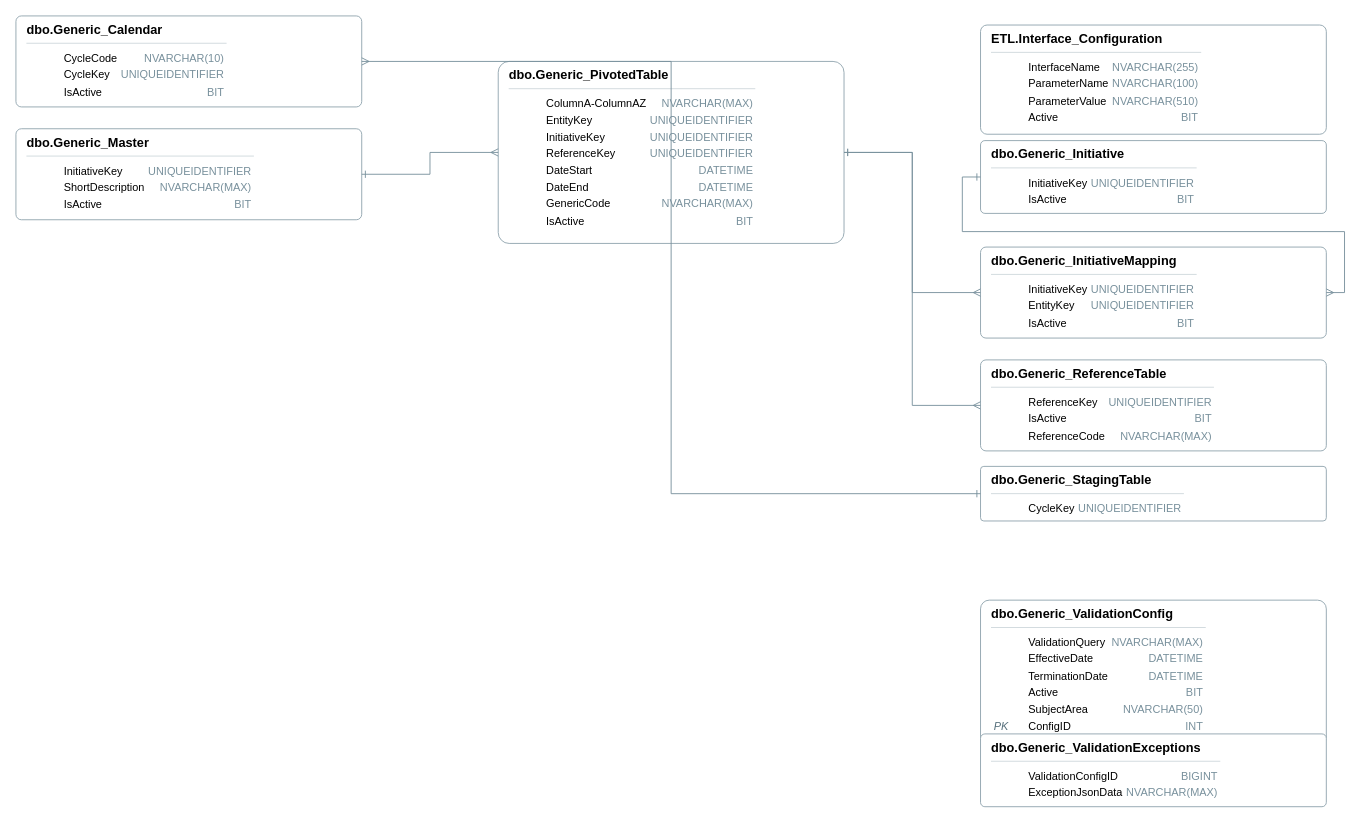
The draw.io diagram erd/ERD.drawio in drvmuk/sdlc_genai_demo, before the edit. Source tidied: cells renumbered, new cells numbered last; positions are measured from the earlier drawing's top-left corner, leaving out a move shared by most shapes. Both pictures are drawn from the tidied source at 91%, with x=0, y=0 at pixel (15, 15).
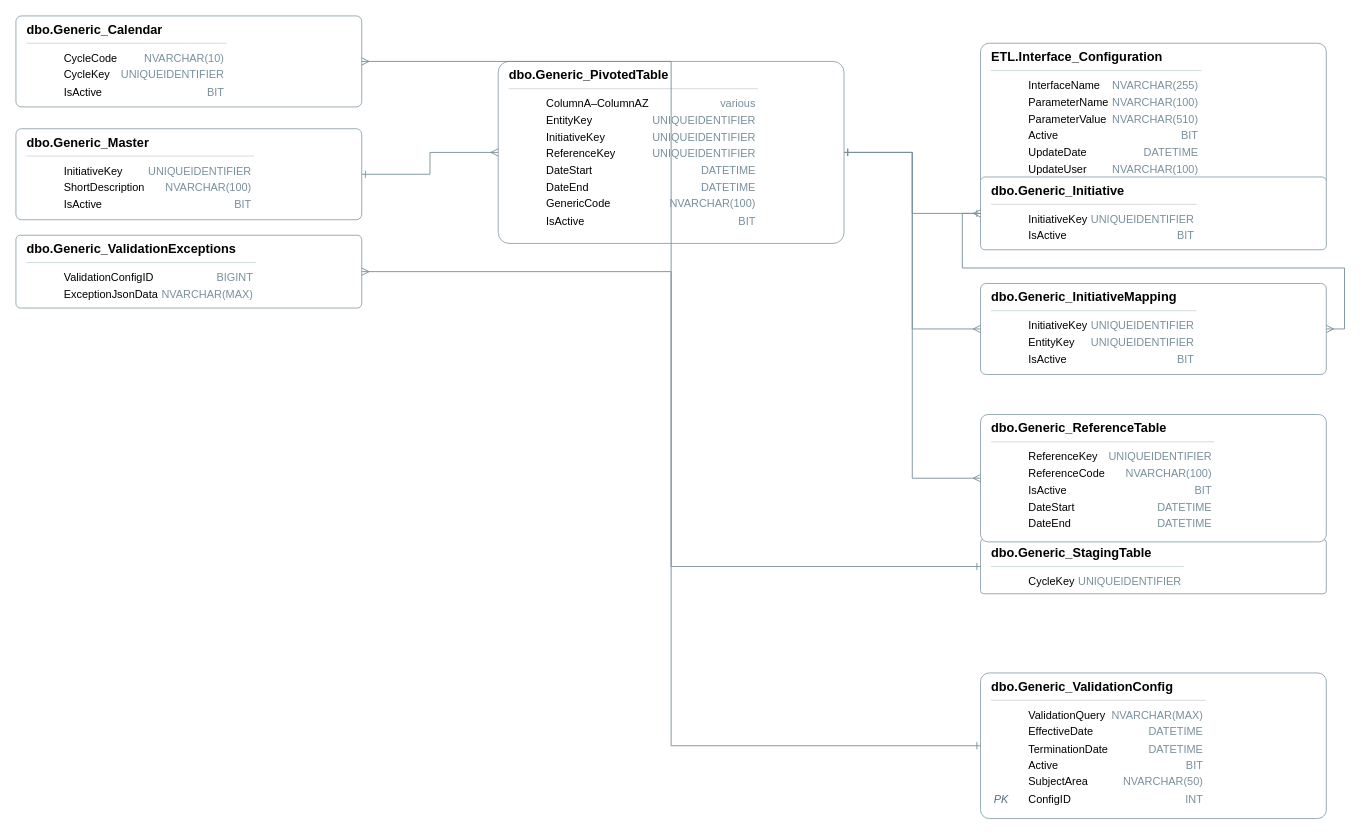
The same page after the edit.

Commit message:
Upload ERD diagram

Diff of the diagram source:
```diff
@@
 <mxGraphModel>
   <root>
     <mxCell id="0" />
     <mxCell id="1" parent="0" />
     <mxCell id="2" value="&lt;div style='text-align:left'&gt;&lt;div style='font-weight:600;font-size:14px'&gt;dbo.Generic_ValidationConfig&lt;/div&gt;&lt;div style='border-top:1px solid #cfd8dc;margin:6px 0'&gt;&lt;/div&gt;&lt;table style='width:100%;font-size:12px'&gt;&lt;tr&gt;&lt;td style='width:34px;font-style:italic;color:#546E7A'&gt;&lt;/td&gt;&lt;td&gt;ValidationQuery&lt;/td&gt;&lt;td style='width:86px;text-align:right;color:#78909C'&gt;NVARCHAR(MAX)&lt;/td&gt;&lt;/tr&gt;&lt;tr&gt;&lt;td style='width:34px;font-style:italic;color:#546E7A'&gt;&lt;/td&gt;&lt;td&gt;EffectiveDate&lt;/td&gt;&lt;td style='width:86px;text-align:right;color:#78909C'&gt;DATETIME&lt;/td&gt;&lt;/tr&gt;&lt;tr&gt;&lt;td style='width:34px;font-style:italic;color:#546E7A'&gt;&lt;/td&gt;&lt;td&gt;TerminationDate&lt;/td&gt;&lt;td style='width:86px;text-align:right;color:#78909C'&gt;DATETIME&lt;/td&gt;&lt;/tr&gt;&lt;tr&gt;&lt;td style='width:34px;font-style:italic;color:#546E7A'&gt;&lt;/td&gt;&lt;td&gt;Active&lt;/td&gt;&lt;td style='width:86px;text-align:right;color:#78909C'&gt;BIT&lt;/td&gt;&lt;/tr&gt;&lt;tr&gt;&lt;td style='width:34px;font-style:italic;color:#546E7A'&gt;&lt;/td&gt;&lt;td&gt;SubjectArea&lt;/td&gt;&lt;td style='width:86px;text-align:right;color:#78909C'&gt;NVARCHAR(50)&lt;/td&gt;&lt;/tr&gt;&lt;tr&gt;&lt;td style='width:34px;font-style:italic;color:#546E7A'&gt;PK&lt;/td&gt;&lt;td&gt;ConfigID&lt;/td&gt;&lt;td style='width:86px;text-align:right;color:#78909C'&gt;INT&lt;/td&gt;&lt;/tr&gt;&lt;/table&gt;&lt;/div&gt;" style="whiteSpace=wrap;rounded=1;fillColor=#FFFFFF;strokeColor=#90A4AE;dashed=0;shape=rectangle;arcSize=6;fontSize=13;align=left;verticalAlign=top;spacingLeft=10;portConstraint=eastwest;html=1;" parent="1" vertex="1">
-      <mxGeometry x="1060" y="642" width="380" height="160" as="geometry" />
+      <mxGeometry x="1060" y="722" width="380" height="160" as="geometry" />
     </mxCell>
     <mxCell id="3" value="&lt;div style='text-align:left'&gt;&lt;div style='font-weight:600;font-size:14px'&gt;dbo.Generic_ValidationExceptions&lt;/div&gt;&lt;div style='border-top:1px solid #cfd8dc;margin:6px 0'&gt;&lt;/div&gt;&lt;table style='width:100%;font-size:12px'&gt;&lt;tr&gt;&lt;td style='width:34px;font-style:italic;color:#546E7A'&gt;&lt;/td&gt;&lt;td&gt;ValidationConfigID&lt;/td&gt;&lt;td style='width:86px;text-align:right;color:#78909C'&gt;BIGINT&lt;/td&gt;&lt;/tr&gt;&lt;tr&gt;&lt;td style='width:34px;font-style:italic;color:#546E7A'&gt;&lt;/td&gt;&lt;td&gt;ExceptionJsonData&lt;/td&gt;&lt;td style='width:86px;text-align:right;color:#78909C'&gt;NVARCHAR(MAX)&lt;/td&gt;&lt;/tr&gt;&lt;/table&gt;&lt;/div&gt;" style="whiteSpace=wrap;rounded=1;fillColor=#FFFFFF;strokeColor=#90A4AE;dashed=0;shape=rectangle;arcSize=6;fontSize=13;align=left;verticalAlign=top;spacingLeft=10;portConstraint=eastwest;html=1;" parent="1" vertex="1">
-      <mxGeometry x="1060" y="789" width="380" height="80" as="geometry" />
+      <mxGeometry y="241" width="380" height="80" as="geometry" />
     </mxCell>
-    <mxCell id="4" value="&lt;div style='text-align:left'&gt;&lt;div style='font-weight:600;font-size:14px'&gt;ETL.Interface_Configuration&lt;/div&gt;&lt;div style='border-top:1px solid #cfd8dc;margin:6px 0'&gt;&lt;/div&gt;&lt;table style='width:100%;font-size:12px'&gt;&lt;tr&gt;&lt;td style='width:34px;font-style:italic;color:#546E7A'&gt;&lt;/td&gt;&lt;td&gt;InterfaceName&lt;/td&gt;&lt;td style='width:86px;text-align:right;color:#78909C'&gt;NVARCHAR(255)&lt;/td&gt;&lt;/tr&gt;&lt;tr&gt;&lt;td style='width:34px;font-style:italic;color:#546E7A'&gt;&lt;/td&gt;&lt;td&gt;ParameterName&lt;/td&gt;&lt;td style='width:86px;text-align:right;color:#78909C'&gt;NVARCHAR(100)&lt;/td&gt;&lt;/tr&gt;&lt;tr&gt;&lt;td style='width:34px;font-style:italic;color:#546E7A'&gt;&lt;/td&gt;&lt;td&gt;ParameterValue&lt;/td&gt;&lt;td style='width:86px;text-align:right;color:#78909C'&gt;NVARCHAR(510)&lt;/td&gt;&lt;/tr&gt;&lt;tr&gt;&lt;td style='width:34px;font-style:italic;color:#546E7A'&gt;&lt;/td&gt;&lt;td&gt;Active&lt;/td&gt;&lt;td style='width:86px;text-align:right;color:#78909C'&gt;BIT&lt;/td&gt;&lt;/tr&gt;&lt;/table&gt;&lt;/div&gt;" style="whiteSpace=wrap;rounded=1;fillColor=#FFFFFF;strokeColor=#90A4AE;dashed=0;shape=rectangle;arcSize=6;fontSize=13;align=left;verticalAlign=top;spacingLeft=10;html=1;" parent="1" vertex="1">
-      <mxGeometry x="1060" y="10" width="380" height="120" as="geometry" />
-    </mxCell>
+    <mxCell id="17" value="&lt;div style='text-align:left'&gt;&lt;div style='font-weight:600;font-size:14px'&gt;ETL.Interface_Configuration&lt;/div&gt;&lt;div style='border-top:1px solid #cfd8dc;margin:6px 0'&gt;&lt;/div&gt;&lt;table style='width:100%;font-size:12px'&gt;&lt;tr&gt;&lt;td style='width:34px;font-style:italic;color:#546E7A'&gt;&lt;/td&gt;&lt;td&gt;InterfaceName&lt;/td&gt;&lt;td style='width:86px;text-align:right;color:#78909C'&gt;NVARCHAR(255)&lt;/td&gt;&lt;/tr&gt;&lt;tr&gt;&lt;td style='width:34px;font-style:italic;color:#546E7A'&gt;&lt;/td&gt;&lt;td&gt;ParameterName&lt;/td&gt;&lt;td style='width:86px;text-align:right;color:#78909C'&gt;NVARCHAR(100)&lt;/td&gt;&lt;/tr&gt;&lt;tr&gt;&lt;td style='width:34px;font-style:italic;color:#546E7A'&gt;&lt;/td&gt;&lt;td&gt;ParameterValue&lt;/td&gt;&lt;td style='width:86px;text-align:right;color:#78909C'&gt;NVARCHAR(510)&lt;/td&gt;&lt;/tr&gt;&lt;tr&gt;&lt;td style='width:34px;font-style:italic;color:#546E7A'&gt;&lt;/td&gt;&lt;td&gt;Active&lt;/td&gt;&lt;td style='width:86px;text-align:right;color:#78909C'&gt;BIT&lt;/td&gt;&lt;/tr&gt;&lt;tr&gt;&lt;td style='width:34px;font-style:italic;color:#546E7A'&gt;&lt;/td&gt;&lt;td&gt;UpdateDate&lt;/td&gt;&lt;td style='width:86px;text-align:right;color:#78909C'&gt;DATETIME&lt;/td&gt;&lt;/tr&gt;&lt;tr&gt;&lt;td style='width:34px;font-style:italic;color:#546E7A'&gt;&lt;/td&gt;&lt;td&gt;UpdateUser&lt;/td&gt;&lt;td style='width:86px;text-align:right;color:#78909C'&gt;NVARCHAR(100)&lt;/td&gt;&lt;/tr&gt;&lt;/table&gt;&lt;/div&gt;" style="whiteSpace=wrap;rounded=1;fillColor=#FFFFFF;strokeColor=#90A4AE;dashed=0;shape=rectangle;arcSize=6;fontSize=13;align=left;verticalAlign=top;spacingLeft=10;html=1;" parent="1" vertex="1">
+      <mxGeometry x="1060" y="30" width="380" height="160" as="geometry" />
+    </mxCell>
     <mxCell id="5" value="&lt;div style='text-align:left'&gt;&lt;div style='font-weight:600;font-size:14px'&gt;dbo.Generic_StagingTable&lt;/div&gt;&lt;div style='border-top:1px solid #cfd8dc;margin:6px 0'&gt;&lt;/div&gt;&lt;table style='width:100%;font-size:12px'&gt;&lt;tr&gt;&lt;td style='width:34px;font-style:italic;color:#546E7A'&gt;&lt;/td&gt;&lt;td&gt;CycleKey&lt;/td&gt;&lt;td style='width:86px;text-align:right;color:#78909C'&gt;UNIQUEIDENTIFIER&lt;/td&gt;&lt;/tr&gt;&lt;/table&gt;&lt;/div&gt;" style="whiteSpace=wrap;rounded=1;fillColor=#FFFFFF;strokeColor=#90A4AE;dashed=0;shape=rectangle;arcSize=6;fontSize=13;align=left;verticalAlign=top;spacingLeft=10;portConstraint=eastwest;html=1;" parent="1" vertex="1">
-      <mxGeometry x="1060" y="495" width="380" height="60" as="geometry" />
+      <mxGeometry x="1060" y="575" width="380" height="60" as="geometry" />
     </mxCell>
     <mxCell id="6" value="&lt;div style='text-align:left'&gt;&lt;div style='font-weight:600;font-size:14px'&gt;dbo.Generic_Calendar&lt;/div&gt;&lt;div style='border-top:1px solid #cfd8dc;margin:6px 0'&gt;&lt;/div&gt;&lt;table style='width:100%;font-size:12px'&gt;&lt;tr&gt;&lt;td style='width:34px;font-style:italic;color:#546E7A'&gt;&lt;/td&gt;&lt;td&gt;CycleCode&lt;/td&gt;&lt;td style='width:86px;text-align:right;color:#78909C'&gt;NVARCHAR(10)&lt;/td&gt;&lt;/tr&gt;&lt;tr&gt;&lt;td style='width:34px;font-style:italic;color:#546E7A'&gt;&lt;/td&gt;&lt;td&gt;CycleKey&lt;/td&gt;&lt;td style='width:86px;text-align:right;color:#78909C'&gt;UNIQUEIDENTIFIER&lt;/td&gt;&lt;/tr&gt;&lt;tr&gt;&lt;td style='width:34px;font-style:italic;color:#546E7A'&gt;&lt;/td&gt;&lt;td&gt;IsActive&lt;/td&gt;&lt;td style='width:86px;text-align:right;color:#78909C'&gt;BIT&lt;/td&gt;&lt;/tr&gt;&lt;/table&gt;&lt;/div&gt;" style="whiteSpace=wrap;rounded=1;fillColor=#FFFFFF;strokeColor=#90A4AE;dashed=0;shape=rectangle;arcSize=6;fontSize=13;align=left;verticalAlign=top;spacingLeft=10;portConstraint=eastwest;html=1;" parent="1" vertex="1">
       <mxGeometry width="380" height="100" as="geometry" />
     </mxCell>
-    <mxCell id="7" value="&lt;div style='text-align:left'&gt;&lt;div style='font-weight:600;font-size:14px'&gt;dbo.Generic_PivotedTable&lt;/div&gt;&lt;div style='border-top:1px solid #cfd8dc;margin:6px 0'&gt;&lt;/div&gt;&lt;table style='width:100%;font-size:12px'&gt;&lt;tr&gt;&lt;td style='width:34px;font-style:italic;color:#546E7A'&gt;&lt;/td&gt;&lt;td&gt;ColumnA-ColumnAZ&lt;/td&gt;&lt;td style='width:86px;text-align:right;color:#78909C'&gt;NVARCHAR(MAX)&lt;/td&gt;&lt;/tr&gt;&lt;tr&gt;&lt;td style='width:34px;font-style:italic;color:#546E7A'&gt;&lt;/td&gt;&lt;td&gt;EntityKey&lt;/td&gt;&lt;td style='width:86px;text-align:right;color:#78909C'&gt;UNIQUEIDENTIFIER&lt;/td&gt;&lt;/tr&gt;&lt;tr&gt;&lt;td style='width:34px;font-style:italic;color:#546E7A'&gt;&lt;/td&gt;&lt;td&gt;InitiativeKey&lt;/td&gt;&lt;td style='width:86px;text-align:right;color:#78909C'&gt;UNIQUEIDENTIFIER&lt;/td&gt;&lt;/tr&gt;&lt;tr&gt;&lt;td style='width:34px;font-style:italic;color:#546E7A'&gt;&lt;/td&gt;&lt;td&gt;ReferenceKey&lt;/td&gt;&lt;td style='width:86px;text-align:right;color:#78909C'&gt;UNIQUEIDENTIFIER&lt;/td&gt;&lt;/tr&gt;&lt;tr&gt;&lt;td style='width:34px;font-style:italic;color:#546E7A'&gt;&lt;/td&gt;&lt;td&gt;DateStart&lt;/td&gt;&lt;td style='width:86px;text-align:right;color:#78909C'&gt;DATETIME&lt;/td&gt;&lt;/tr&gt;&lt;tr&gt;&lt;td style='width:34px;font-style:italic;color:#546E7A'&gt;&lt;/td&gt;&lt;td&gt;DateEnd&lt;/td&gt;&lt;td style='width:86px;text-align:right;color:#78909C'&gt;DATETIME&lt;/td&gt;&lt;/tr&gt;&lt;tr&gt;&lt;td style='width:34px;font-style:italic;color:#546E7A'&gt;&lt;/td&gt;&lt;td&gt;GenericCode&lt;/td&gt;&lt;td style='width:86px;text-align:right;color:#78909C'&gt;NVARCHAR(MAX)&lt;/td&gt;&lt;/tr&gt;&lt;tr&gt;&lt;td style='width:34px;font-style:italic;color:#546E7A'&gt;&lt;/td&gt;&lt;td&gt;IsActive&lt;/td&gt;&lt;td style='width:86px;text-align:right;color:#78909C'&gt;BIT&lt;/td&gt;&lt;/tr&gt;&lt;/table&gt;&lt;/div&gt;" style="whiteSpace=wrap;rounded=1;fillColor=#FFFFFF;strokeColor=#90A4AE;dashed=0;shape=rectangle;arcSize=6;fontSize=13;align=left;verticalAlign=top;spacingLeft=10;portConstraint=eastwest;html=1;" parent="1" vertex="1">
-      <mxGeometry x="530" y="50" width="380" height="200" as="geometry" />
-    </mxCell>
-    <mxCell id="8" value="&lt;div style='text-align:left'&gt;&lt;div style='font-weight:600;font-size:14px'&gt;dbo.Generic_ReferenceTable&lt;/div&gt;&lt;div style='border-top:1px solid #cfd8dc;margin:6px 0'&gt;&lt;/div&gt;&lt;table style='width:100%;font-size:12px'&gt;&lt;tr&gt;&lt;td style='width:34px;font-style:italic;color:#546E7A'&gt;&lt;/td&gt;&lt;td&gt;ReferenceKey&lt;/td&gt;&lt;td style='width:86px;text-align:right;color:#78909C'&gt;UNIQUEIDENTIFIER&lt;/td&gt;&lt;/tr&gt;&lt;tr&gt;&lt;td style='width:34px;font-style:italic;color:#546E7A'&gt;&lt;/td&gt;&lt;td&gt;IsActive&lt;/td&gt;&lt;td style='width:86px;text-align:right;color:#78909C'&gt;BIT&lt;/td&gt;&lt;/tr&gt;&lt;tr&gt;&lt;td style='width:34px;font-style:italic;color:#546E7A'&gt;&lt;/td&gt;&lt;td&gt;ReferenceCode&lt;/td&gt;&lt;td style='width:86px;text-align:right;color:#78909C'&gt;NVARCHAR(MAX)&lt;/td&gt;&lt;/tr&gt;&lt;/table&gt;&lt;/div&gt;" style="whiteSpace=wrap;rounded=1;fillColor=#FFFFFF;strokeColor=#90A4AE;dashed=0;shape=rectangle;arcSize=6;fontSize=13;align=left;verticalAlign=top;spacingLeft=10;portConstraint=eastwest;html=1;" parent="1" vertex="1">
-      <mxGeometry x="1060" y="378" width="380" height="100" as="geometry" />
-    </mxCell>
+    <mxCell id="18" value="&lt;div style='text-align:left'&gt;&lt;div style='font-weight:600;font-size:14px'&gt;dbo.Generic_PivotedTable&lt;/div&gt;&lt;div style='border-top:1px solid #cfd8dc;margin:6px 0'&gt;&lt;/div&gt;&lt;table style='width:100%;font-size:12px'&gt;&lt;tr&gt;&lt;td style='width:34px;font-style:italic;color:#546E7A'&gt;&lt;/td&gt;&lt;td&gt;ColumnA–ColumnAZ&lt;/td&gt;&lt;td style='width:86px;text-align:right;color:#78909C'&gt;various&lt;/td&gt;&lt;/tr&gt;&lt;tr&gt;&lt;td style='width:34px;font-style:italic;color:#546E7A'&gt;&lt;/td&gt;&lt;td&gt;EntityKey&lt;/td&gt;&lt;td style='width:86px;text-align:right;color:#78909C'&gt;UNIQUEIDENTIFIER&lt;/td&gt;&lt;/tr&gt;&lt;tr&gt;&lt;td style='width:34px;font-style:italic;color:#546E7A'&gt;&lt;/td&gt;&lt;td&gt;InitiativeKey&lt;/td&gt;&lt;td style='width:86px;text-align:right;color:#78909C'&gt;UNIQUEIDENTIFIER&lt;/td&gt;&lt;/tr&gt;&lt;tr&gt;&lt;td style='width:34px;font-style:italic;color:#546E7A'&gt;&lt;/td&gt;&lt;td&gt;ReferenceKey&lt;/td&gt;&lt;td style='width:86px;text-align:right;color:#78909C'&gt;UNIQUEIDENTIFIER&lt;/td&gt;&lt;/tr&gt;&lt;tr&gt;&lt;td style='width:34px;font-style:italic;color:#546E7A'&gt;&lt;/td&gt;&lt;td&gt;DateStart&lt;/td&gt;&lt;td style='width:86px;text-align:right;color:#78909C'&gt;DATETIME&lt;/td&gt;&lt;/tr&gt;&lt;tr&gt;&lt;td style='width:34px;font-style:italic;color:#546E7A'&gt;&lt;/td&gt;&lt;td&gt;DateEnd&lt;/td&gt;&lt;td style='width:86px;text-align:right;color:#78909C'&gt;DATETIME&lt;/td&gt;&lt;/tr&gt;&lt;tr&gt;&lt;td style='width:34px;font-style:italic;color:#546E7A'&gt;&lt;/td&gt;&lt;td&gt;GenericCode&lt;/td&gt;&lt;td style='width:86px;text-align:right;color:#78909C'&gt;NVARCHAR(100)&lt;/td&gt;&lt;/tr&gt;&lt;tr&gt;&lt;td style='width:34px;font-style:italic;color:#546E7A'&gt;&lt;/td&gt;&lt;td&gt;IsActive&lt;/td&gt;&lt;td style='width:86px;text-align:right;color:#78909C'&gt;BIT&lt;/td&gt;&lt;/tr&gt;&lt;/table&gt;&lt;/div&gt;" style="whiteSpace=wrap;rounded=1;fillColor=#FFFFFF;strokeColor=#90A4AE;dashed=0;shape=rectangle;arcSize=6;fontSize=13;align=left;verticalAlign=top;spacingLeft=10;portConstraint=eastwest;html=1;" parent="1" vertex="1">
+      <mxGeometry x="530" y="50" width="380" height="200" as="geometry" />
+    </mxCell>
+    <mxCell id="19" value="&lt;div style='text-align:left'&gt;&lt;div style='font-weight:600;font-size:14px'&gt;dbo.Generic_ReferenceTable&lt;/div&gt;&lt;div style='border-top:1px solid #cfd8dc;margin:6px 0'&gt;&lt;/div&gt;&lt;table style='width:100%;font-size:12px'&gt;&lt;tr&gt;&lt;td style='width:34px;font-style:italic;color:#546E7A'&gt;&lt;/td&gt;&lt;td&gt;ReferenceKey&lt;/td&gt;&lt;td style='width:86px;text-align:right;color:#78909C'&gt;UNIQUEIDENTIFIER&lt;/td&gt;&lt;/tr&gt;&lt;tr&gt;&lt;td style='width:34px;font-style:italic;color:#546E7A'&gt;&lt;/td&gt;&lt;td&gt;ReferenceCode&lt;/td&gt;&lt;td style='width:86px;text-align:right;color:#78909C'&gt;NVARCHAR(100)&lt;/td&gt;&lt;/tr&gt;&lt;tr&gt;&lt;td style='width:34px;font-style:italic;color:#546E7A'&gt;&lt;/td&gt;&lt;td&gt;IsActive&lt;/td&gt;&lt;td style='width:86px;text-align:right;color:#78909C'&gt;BIT&lt;/td&gt;&lt;/tr&gt;&lt;tr&gt;&lt;td style='width:34px;font-style:italic;color:#546E7A'&gt;&lt;/td&gt;&lt;td&gt;DateStart&lt;/td&gt;&lt;td style='width:86px;text-align:right;color:#78909C'&gt;DATETIME&lt;/td&gt;&lt;/tr&gt;&lt;tr&gt;&lt;td style='width:34px;font-style:italic;color:#546E7A'&gt;&lt;/td&gt;&lt;td&gt;DateEnd&lt;/td&gt;&lt;td style='width:86px;text-align:right;color:#78909C'&gt;DATETIME&lt;/td&gt;&lt;/tr&gt;&lt;/table&gt;&lt;/div&gt;" style="whiteSpace=wrap;rounded=1;fillColor=#FFFFFF;strokeColor=#90A4AE;dashed=0;shape=rectangle;arcSize=6;fontSize=13;align=left;verticalAlign=top;spacingLeft=10;portConstraint=eastwest;html=1;" parent="1" vertex="1">
+      <mxGeometry x="1060" y="438" width="380" height="140" as="geometry" />
+    </mxCell>
     <mxCell id="9" value="&lt;div style='text-align:left'&gt;&lt;div style='font-weight:600;font-size:14px'&gt;dbo.Generic_Initiative&lt;/div&gt;&lt;div style='border-top:1px solid #cfd8dc;margin:6px 0'&gt;&lt;/div&gt;&lt;table style='width:100%;font-size:12px'&gt;&lt;tr&gt;&lt;td style='width:34px;font-style:italic;color:#546E7A'&gt;&lt;/td&gt;&lt;td&gt;InitiativeKey&lt;/td&gt;&lt;td style='width:86px;text-align:right;color:#78909C'&gt;UNIQUEIDENTIFIER&lt;/td&gt;&lt;/tr&gt;&lt;tr&gt;&lt;td style='width:34px;font-style:italic;color:#546E7A'&gt;&lt;/td&gt;&lt;td&gt;IsActive&lt;/td&gt;&lt;td style='width:86px;text-align:right;color:#78909C'&gt;BIT&lt;/td&gt;&lt;/tr&gt;&lt;/table&gt;&lt;/div&gt;" style="whiteSpace=wrap;rounded=1;fillColor=#FFFFFF;strokeColor=#90A4AE;dashed=0;shape=rectangle;arcSize=6;fontSize=13;align=left;verticalAlign=top;spacingLeft=10;portConstraint=eastwest;html=1;" parent="1" vertex="1">
-      <mxGeometry x="1060" y="137" width="380" height="80" as="geometry" />
+      <mxGeometry x="1060" y="177" width="380" height="80" as="geometry" />
     </mxCell>
     <mxCell id="10" value="&lt;div style='text-align:left'&gt;&lt;div style='font-weight:600;font-size:14px'&gt;dbo.Generic_InitiativeMapping&lt;/div&gt;&lt;div style='border-top:1px solid #cfd8dc;margin:6px 0'&gt;&lt;/div&gt;&lt;table style='width:100%;font-size:12px'&gt;&lt;tr&gt;&lt;td style='width:34px;font-style:italic;color:#546E7A'&gt;&lt;/td&gt;&lt;td&gt;InitiativeKey&lt;/td&gt;&lt;td style='width:86px;text-align:right;color:#78909C'&gt;UNIQUEIDENTIFIER&lt;/td&gt;&lt;/tr&gt;&lt;tr&gt;&lt;td style='width:34px;font-style:italic;color:#546E7A'&gt;&lt;/td&gt;&lt;td&gt;EntityKey&lt;/td&gt;&lt;td style='width:86px;text-align:right;color:#78909C'&gt;UNIQUEIDENTIFIER&lt;/td&gt;&lt;/tr&gt;&lt;tr&gt;&lt;td style='width:34px;font-style:italic;color:#546E7A'&gt;&lt;/td&gt;&lt;td&gt;IsActive&lt;/td&gt;&lt;td style='width:86px;text-align:right;color:#78909C'&gt;BIT&lt;/td&gt;&lt;/tr&gt;&lt;/table&gt;&lt;/div&gt;" style="whiteSpace=wrap;rounded=1;fillColor=#FFFFFF;strokeColor=#90A4AE;dashed=0;shape=rectangle;arcSize=6;fontSize=13;align=left;verticalAlign=top;spacingLeft=10;portConstraint=eastwest;html=1;" parent="1" vertex="1">
-      <mxGeometry x="1060" y="254" width="380" height="100" as="geometry" />
+      <mxGeometry x="1060" y="294" width="380" height="100" as="geometry" />
     </mxCell>
-    <mxCell id="11" value="&lt;div style='text-align:left'&gt;&lt;div style='font-weight:600;font-size:14px'&gt;dbo.Generic_Master&lt;/div&gt;&lt;div style='border-top:1px solid #cfd8dc;margin:6px 0'&gt;&lt;/div&gt;&lt;table style='width:100%;font-size:12px'&gt;&lt;tr&gt;&lt;td style='width:34px;font-style:italic;color:#546E7A'&gt;&lt;/td&gt;&lt;td&gt;InitiativeKey&lt;/td&gt;&lt;td style='width:86px;text-align:right;color:#78909C'&gt;UNIQUEIDENTIFIER&lt;/td&gt;&lt;/tr&gt;&lt;tr&gt;&lt;td style='width:34px;font-style:italic;color:#546E7A'&gt;&lt;/td&gt;&lt;td&gt;ShortDescription&lt;/td&gt;&lt;td style='width:86px;text-align:right;color:#78909C'&gt;NVARCHAR(MAX)&lt;/td&gt;&lt;/tr&gt;&lt;tr&gt;&lt;td style='width:34px;font-style:italic;color:#546E7A'&gt;&lt;/td&gt;&lt;td&gt;IsActive&lt;/td&gt;&lt;td style='width:86px;text-align:right;color:#78909C'&gt;BIT&lt;/td&gt;&lt;/tr&gt;&lt;/table&gt;&lt;/div&gt;" style="whiteSpace=wrap;rounded=1;fillColor=#FFFFFF;strokeColor=#90A4AE;dashed=0;shape=rectangle;arcSize=6;fontSize=13;align=left;verticalAlign=top;spacingLeft=10;portConstraint=eastwest;html=1;" parent="1" vertex="1">
-      <mxGeometry y="124" width="380" height="100" as="geometry" />
-    </mxCell>
+    <mxCell id="20" value="&lt;div style='text-align:left'&gt;&lt;div style='font-weight:600;font-size:14px'&gt;dbo.Generic_Master&lt;/div&gt;&lt;div style='border-top:1px solid #cfd8dc;margin:6px 0'&gt;&lt;/div&gt;&lt;table style='width:100%;font-size:12px'&gt;&lt;tr&gt;&lt;td style='width:34px;font-style:italic;color:#546E7A'&gt;&lt;/td&gt;&lt;td&gt;InitiativeKey&lt;/td&gt;&lt;td style='width:86px;text-align:right;color:#78909C'&gt;UNIQUEIDENTIFIER&lt;/td&gt;&lt;/tr&gt;&lt;tr&gt;&lt;td style='width:34px;font-style:italic;color:#546E7A'&gt;&lt;/td&gt;&lt;td&gt;ShortDescription&lt;/td&gt;&lt;td style='width:86px;text-align:right;color:#78909C'&gt;NVARCHAR(100)&lt;/td&gt;&lt;/tr&gt;&lt;tr&gt;&lt;td style='width:34px;font-style:italic;color:#546E7A'&gt;&lt;/td&gt;&lt;td&gt;IsActive&lt;/td&gt;&lt;td style='width:86px;text-align:right;color:#78909C'&gt;BIT&lt;/td&gt;&lt;/tr&gt;&lt;/table&gt;&lt;/div&gt;" style="whiteSpace=wrap;rounded=1;fillColor=#FFFFFF;strokeColor=#90A4AE;dashed=0;shape=rectangle;arcSize=6;fontSize=13;align=left;verticalAlign=top;spacingLeft=10;portConstraint=eastwest;html=1;" parent="1" vertex="1">
+      <mxGeometry y="124" width="380" height="100" as="geometry" />
+    </mxCell>
+    <mxCell id="21" style="edgeStyle=orthogonalEdgeStyle;rounded=0;jettySize=auto;startArrow=ERone;endArrow=ERmany;strokeColor=#78909C;jumpStyle=arc;jumpSize=6;" parent="1" edge="1" source="2" target="3">
+      <mxGeometry relative="1" as="geometry" />
+    </mxCell>
     <mxCell id="12" style="edgeStyle=orthogonalEdgeStyle;rounded=0;jettySize=auto;startArrow=ERone;endArrow=ERmany;strokeColor=#78909C;jumpStyle=arc;jumpSize=6;" parent="1" edge="1" source="5" target="6">
       <mxGeometry relative="1" as="geometry" />
     </mxCell>
-    <mxCell id="13" style="edgeStyle=orthogonalEdgeStyle;rounded=0;jettySize=auto;startArrow=ERone;endArrow=ERmany;strokeColor=#78909C;jumpStyle=arc;jumpSize=6;" parent="1" edge="1" source="7" target="8">
-      <mxGeometry relative="1" as="geometry" />
-    </mxCell>
-    <mxCell id="14" style="edgeStyle=orthogonalEdgeStyle;rounded=0;jettySize=auto;startArrow=ERone;endArrow=ERmany;strokeColor=#78909C;jumpStyle=arc;jumpSize=6;" parent="1" edge="1" source="7" target="10">
-      <mxGeometry relative="1" as="geometry" />
-    </mxCell>
+    <mxCell id="22" style="edgeStyle=orthogonalEdgeStyle;rounded=0;jettySize=auto;startArrow=ERone;endArrow=ERmany;strokeColor=#78909C;jumpStyle=arc;jumpSize=6;" parent="1" edge="1" source="18" target="19">
+      <mxGeometry relative="1" as="geometry" />
+    </mxCell>
+    <mxCell id="23" style="edgeStyle=orthogonalEdgeStyle;rounded=0;jettySize=auto;startArrow=ERone;endArrow=ERmany;strokeColor=#78909C;jumpStyle=arc;jumpSize=6;" parent="1" edge="1" source="18" target="9">
+      <mxGeometry relative="1" as="geometry" />
+    </mxCell>
     <mxCell id="15" style="edgeStyle=orthogonalEdgeStyle;rounded=0;jettySize=auto;startArrow=ERone;endArrow=ERmany;strokeColor=#78909C;jumpStyle=arc;jumpSize=6;" parent="1" edge="1" source="9" target="10">
       <mxGeometry relative="1" as="geometry" />
     </mxCell>
-    <mxCell id="16" style="edgeStyle=orthogonalEdgeStyle;rounded=0;jettySize=auto;startArrow=ERone;endArrow=ERmany;strokeColor=#78909C;jumpStyle=arc;jumpSize=6;" parent="1" edge="1" source="11" target="7">
-      <mxGeometry relative="1" as="geometry" />
-    </mxCell>
+    <mxCell id="24" style="edgeStyle=orthogonalEdgeStyle;rounded=0;jettySize=auto;startArrow=ERone;endArrow=ERmany;strokeColor=#78909C;jumpStyle=arc;jumpSize=6;" parent="1" edge="1" source="18" target="10">
+      <mxGeometry relative="1" as="geometry" />
+    </mxCell>
+    <mxCell id="25" style="edgeStyle=orthogonalEdgeStyle;rounded=0;jettySize=auto;startArrow=ERone;endArrow=ERmany;strokeColor=#78909C;jumpStyle=arc;jumpSize=6;" parent="1" edge="1" source="20" target="18">
+      <mxGeometry relative="1" as="geometry" />
+    </mxCell>
   </root>
 </mxGraphModel>
```
